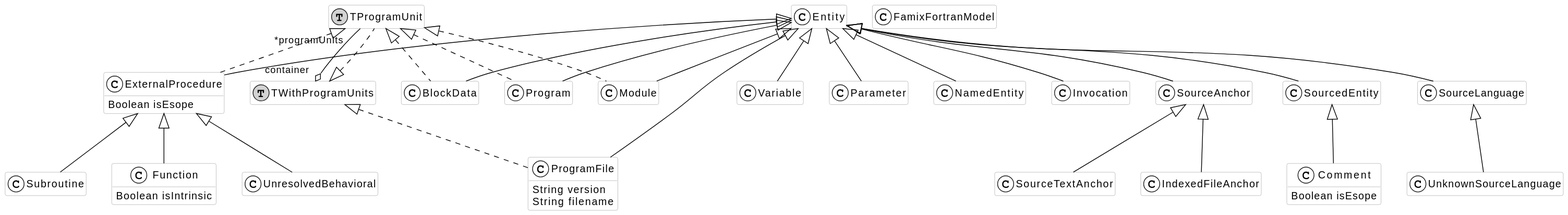
This is famixFortranMetaModel.svg from uNouss/FamixFortranUML, a PlantUML export, as it was before one commit. Its diagram source:
```plantuml
@startuml
hide empty members
skinparam class {
  BackgroundColor white
  ArrowColor black
  BorderColor darkGray
  BackgroundColor<<External>> LightYellow
  BorderColor<<External>> LightGray
}

class NamedEntity << (C,white) >> #FFFFFF {
}
class SourceAnchor << (C,white) >> #FFFFFF {
}
class ExternalProcedure << (C,white) >> #FFFFFF {
  Boolean isEsope
}
class UnknownSourceLanguage << (C,white) >> #FFFFFF {
}
class IndexedFileAnchor << (C,white) >> #FFFFFF {
}
class Program << (C,white) >> #FFFFFF {
}
class Comment << (C,white) >> #FFFFFF {
  Boolean isEsope
}
class Subroutine << (C,white) >> #FFFFFF {
}
class TProgramUnit << (T,lightGrey) >> #FFFFFF {
}
class Invocation << (C,white) >> #FFFFFF {
}
class FamixFortranModel << (C,white) >> #FFFFFF {
}
class SourcedEntity << (C,white) >> #FFFFFF {
}
class ProgramFile << (C,white) >> #FFFFFF {
  String version
  String filename
}
class TWithProgramUnits << (T,lightGrey) >> #FFFFFF {
}
class Entity << (C,white) >> #FFFFFF {
}
class SourceLanguage << (C,white) >> #FFFFFF {
}
class Module << (C,white) >> #FFFFFF {
}
class SourceTextAnchor << (C,white) >> #FFFFFF {
}
class Function << (C,white) >> #FFFFFF {
  Boolean isIntrinsic
}
class Variable << (C,white) >> #FFFFFF {
}
class BlockData << (C,white) >> #FFFFFF {
}
class UnresolvedBehavioral << (C,white) >> #FFFFFF {
}
class Parameter << (C,white) >> #FFFFFF {
}

Entity <|-- NamedEntity
Entity <|-- SourceAnchor
Entity <|-- ExternalProcedure
TProgramUnit <|.. ExternalProcedure
SourceLanguage <|-- UnknownSourceLanguage
SourceAnchor <|-- IndexedFileAnchor
Entity <|-- Program
TProgramUnit <|.. Program
SourcedEntity <|-- Comment
ExternalProcedure <|-- Subroutine
TWithProgramUnits <|.. TProgramUnit
Entity <|-- Invocation
Entity <|-- SourcedEntity
Entity <|-- ProgramFile
TWithProgramUnits <|.. ProgramFile
Entity <|-- SourceLanguage
Entity <|-- Module
TProgramUnit <|.. Module
SourceAnchor <|-- SourceTextAnchor
ExternalProcedure <|-- Function
Entity <|-- Variable
Entity <|-- BlockData
TProgramUnit <|.. BlockData
ExternalProcedure <|-- UnresolvedBehavioral
Entity <|-- Parameter

TProgramUnit " *programUnits" --o "container" TWithProgramUnits
@enduml
```
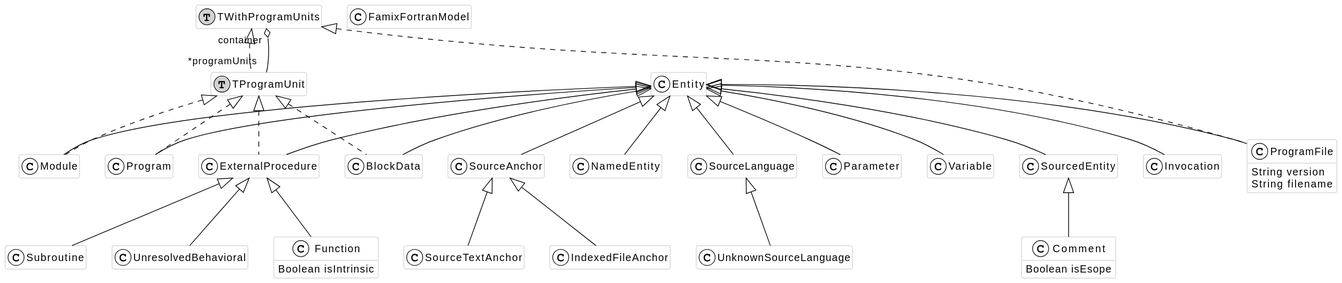
Later version of the same file.

The edit, as a diff of the source:
```diff
@@ -8,83 +8,82 @@
   BorderColor<<External>> LightGray
 }
 
-class NamedEntity << (C,white) >> #FFFFFF {
-}
-class SourceAnchor << (C,white) >> #FFFFFF {
-}
-class ExternalProcedure << (C,white) >> #FFFFFF {
-  Boolean isEsope
-}
-class UnknownSourceLanguage << (C,white) >> #FFFFFF {
-}
-class IndexedFileAnchor << (C,white) >> #FFFFFF {
-}
-class Program << (C,white) >> #FFFFFF {
-}
-class Comment << (C,white) >> #FFFFFF {
-  Boolean isEsope
-}
-class Subroutine << (C,white) >> #FFFFFF {
-}
-class TProgramUnit << (T,lightGrey) >> #FFFFFF {
-}
-class Invocation << (C,white) >> #FFFFFF {
-}
-class FamixFortranModel << (C,white) >> #FFFFFF {
-}
-class SourcedEntity << (C,white) >> #FFFFFF {
-}
 class ProgramFile << (C,white) >> #FFFFFF {
   String version
   String filename
 }
 class TWithProgramUnits << (T,lightGrey) >> #FFFFFF {
 }
-class Entity << (C,white) >> #FFFFFF {
+class BlockData << (C,white) >> #FFFFFF {
 }
-class SourceLanguage << (C,white) >> #FFFFFF {
+class UnresolvedBehavioral << (C,white) >> #FFFFFF {
 }
-class Module << (C,white) >> #FFFFFF {
-}
-class SourceTextAnchor << (C,white) >> #FFFFFF {
+class SourcedEntity << (C,white) >> #FFFFFF {
 }
 class Function << (C,white) >> #FFFFFF {
   Boolean isIntrinsic
 }
-class Variable << (C,white) >> #FFFFFF {
+class Entity << (C,white) >> #FFFFFF {
 }
-class BlockData << (C,white) >> #FFFFFF {
+class Comment << (C,white) >> #FFFFFF {
+  Boolean isEsope
 }
-class UnresolvedBehavioral << (C,white) >> #FFFFFF {
+class Invocation << (C,white) >> #FFFFFF {
+}
+class SourceAnchor << (C,white) >> #FFFFFF {
+}
+class SourceTextAnchor << (C,white) >> #FFFFFF {
+}
+class ExternalProcedure << (C,white) >> #FFFFFF {
+}
+class Subroutine << (C,white) >> #FFFFFF {
+}
+class NamedEntity << (C,white) >> #FFFFFF {
+}
+class SourceLanguage << (C,white) >> #FFFFFF {
+}
+class UnknownSourceLanguage << (C,white) >> #FFFFFF {
 }
 class Parameter << (C,white) >> #FFFFFF {
 }
+class Variable << (C,white) >> #FFFFFF {
+}
+class Module << (C,white) >> #FFFFFF {
+}
+class Program << (C,white) >> #FFFFFF {
+}
+class FamixFortranModel << (C,white) >> #FFFFFF {
+}
+class TProgramUnit << (T,lightGrey) >> #FFFFFF {
+}
+class IndexedFileAnchor << (C,white) >> #FFFFFF {
+}
 
-Entity <|-- NamedEntity
-Entity <|-- SourceAnchor
-Entity <|-- ExternalProcedure
-TProgramUnit <|.. ExternalProcedure
-SourceLanguage <|-- UnknownSourceLanguage
-SourceAnchor <|-- IndexedFileAnchor
-Entity <|-- Program
-TProgramUnit <|.. Program
-SourcedEntity <|-- Comment
-ExternalProcedure <|-- Subroutine
-TWithProgramUnits <|.. TProgramUnit
-Entity <|-- Invocation
-Entity <|-- SourcedEntity
 Entity <|-- ProgramFile
 TWithProgramUnits <|.. ProgramFile
-Entity <|-- SourceLanguage
-Entity <|-- Module
-TProgramUnit <|.. Module
-SourceAnchor <|-- SourceTextAnchor
-ExternalProcedure <|-- Function
-Entity <|-- Variable
 Entity <|-- BlockData
 TProgramUnit <|.. BlockData
 ExternalProcedure <|-- UnresolvedBehavioral
+Entity <|-- SourcedEntity
+ExternalProcedure <|-- Function
+SourcedEntity <|-- Comment
+Entity <|-- Invocation
+Entity <|-- SourceAnchor
+SourceAnchor <|-- SourceTextAnchor
+Entity <|-- ExternalProcedure
+TProgramUnit <|.. ExternalProcedure
+ExternalProcedure <|-- Subroutine
+Entity <|-- NamedEntity
+Entity <|-- SourceLanguage
+SourceLanguage <|-- UnknownSourceLanguage
 Entity <|-- Parameter
+Entity <|-- Variable
+Entity <|-- Module
+TProgramUnit <|.. Module
+Entity <|-- Program
+TProgramUnit <|.. Program
+TWithProgramUnits <|.. TProgramUnit
+SourceAnchor <|-- IndexedFileAnchor
 
 TProgramUnit " *programUnits" --o "container" TWithProgramUnits
 @enduml
```
